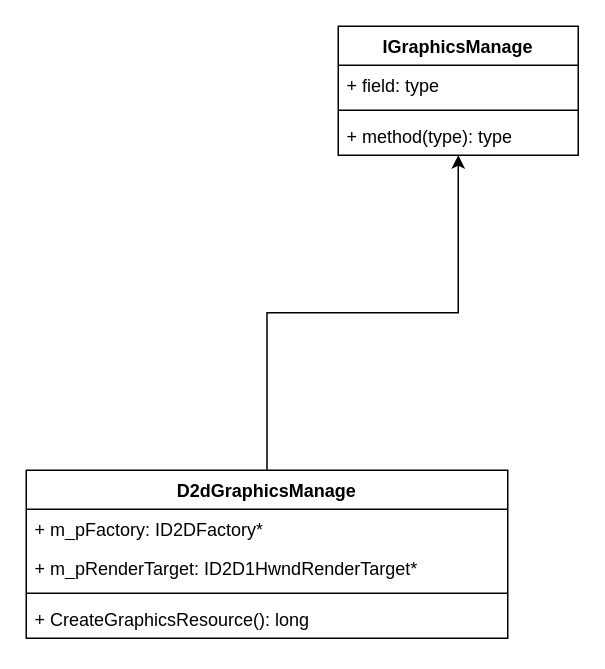
This is page "GraphicsManager" (4 of 7) of GameEngine.drawio from yzscodehub/Resource, a draw.io file, before an edit. Source tidied: cells renumbered, new cells numbered last; positions are measured from the earlier drawing's top-left corner, leaving out a move shared by most shapes. Both pictures are drawn from the tidied source at 150%, with x=0, y=0 at pixel (26, 26).
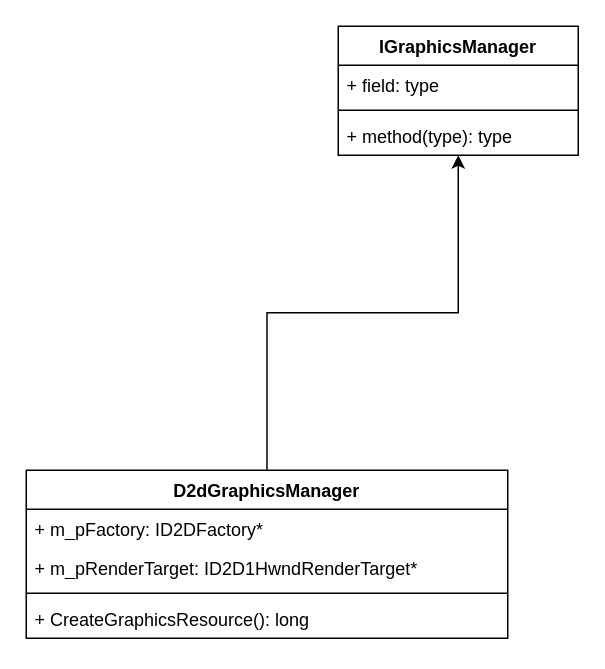
After the change.

The edit, as a diff of the source:
```diff
@@
 <mxGraphModel>
   <root>
     <mxCell id="0" />
     <mxCell id="1" parent="0" />
-    <mxCell id="2" value="IGraphicsManage" style="swimlane;fontStyle=1;align=center;verticalAlign=top;horizontal=1;startSize=26;whiteSpace=wrap;html=1;" parent="1" vertex="1">
+    <mxCell id="2" value="IGraphicsManager" style="swimlane;fontStyle=1;align=center;verticalAlign=top;horizontal=1;startSize=26;whiteSpace=wrap;html=1;" parent="1" vertex="1">
       <mxGeometry x="208" width="160" height="86" as="geometry" />
     </mxCell>
     <mxCell id="3" value="+ field: type" style="text;strokeColor=none;fillColor=none;align=left;verticalAlign=top;spacingLeft=4;spacingRight=4;overflow=hidden;whiteSpace=wrap;html=1;" parent="2" vertex="1">
       <mxGeometry y="26" width="160" height="26" as="geometry" />
     </mxCell>
     <mxCell id="4" style="line;strokeWidth=1;fillColor=none;align=left;verticalAlign=middle;spacingTop=-1;spacingLeft=3;spacingRight=3;labelPosition=right;strokeColor=inherit;" parent="2" vertex="1">
       <mxGeometry y="52" width="160" height="8" as="geometry" />
     </mxCell>
     <mxCell id="5" value="+ method(type): type" style="text;strokeColor=none;fillColor=none;align=left;verticalAlign=top;spacingLeft=4;spacingRight=4;overflow=hidden;whiteSpace=wrap;html=1;" parent="2" vertex="1">
       <mxGeometry y="60" width="160" height="26" as="geometry" />
     </mxCell>
     <mxCell id="6" style="edgeStyle=orthogonalEdgeStyle;rounded=0;jettySize=auto;html=1;" parent="1" edge="1" source="7" target="2">
       <mxGeometry relative="1" as="geometry" />
     </mxCell>
-    <mxCell id="7" value="D2dGraphicsManage" style="swimlane;fontStyle=1;align=center;verticalAlign=top;horizontal=1;startSize=26;whiteSpace=wrap;html=1;" parent="1" vertex="1">
+    <mxCell id="7" value="D2dGraphicsManager" style="swimlane;fontStyle=1;align=center;verticalAlign=top;horizontal=1;startSize=26;whiteSpace=wrap;html=1;" parent="1" vertex="1">
       <mxGeometry y="296" width="321" height="112" as="geometry" />
     </mxCell>
     <mxCell id="8" value="+ m_pFactory: ID2DFactory*" style="text;strokeColor=none;fillColor=none;align=left;verticalAlign=top;spacingLeft=4;spacingRight=4;overflow=hidden;whiteSpace=wrap;html=1;" parent="7" vertex="1">
       <mxGeometry y="26" width="321" height="26" as="geometry" />
     </mxCell>
     <mxCell id="9" value="+ m_pRenderTarget: ID2D1HwndRenderTarget*" style="text;strokeColor=none;fillColor=none;align=left;verticalAlign=top;spacingLeft=4;spacingRight=4;overflow=hidden;whiteSpace=wrap;html=1;" parent="7" vertex="1">
       <mxGeometry y="52" width="321" height="26" as="geometry" />
     </mxCell>
     <mxCell id="10" style="line;strokeWidth=1;fillColor=none;align=left;verticalAlign=middle;spacingTop=-1;spacingLeft=3;spacingRight=3;labelPosition=right;strokeColor=inherit;" parent="7" vertex="1">
       <mxGeometry y="78" width="321" height="8" as="geometry" />
     </mxCell>
     <mxCell id="11" value="+ CreateGraphicsResource(): long" style="text;strokeColor=none;fillColor=none;align=left;verticalAlign=top;spacingLeft=4;spacingRight=4;overflow=hidden;whiteSpace=wrap;html=1;" parent="7" vertex="1">
       <mxGeometry y="86" width="321" height="26" as="geometry" />
     </mxCell>
   </root>
 </mxGraphModel>
```
